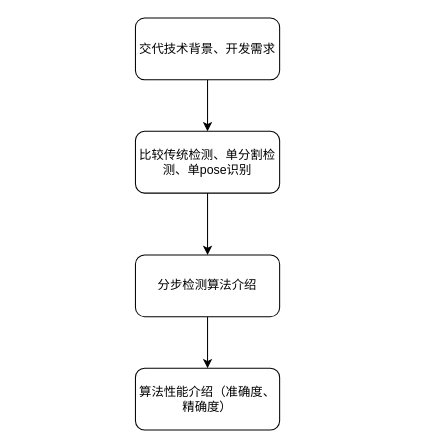
This is 角点检测算法介绍流程.drawio from BobSnow720/for_drawio, a draw.io file, before an edit. Source tidied: cells renumbered, new cells numbered last; positions are measured from the earlier drawing's top-left corner, leaving out a move shared by most shapes. Both pictures are drawn from the tidied source at 103%, with x=0, y=0 at pixel (135, 18).
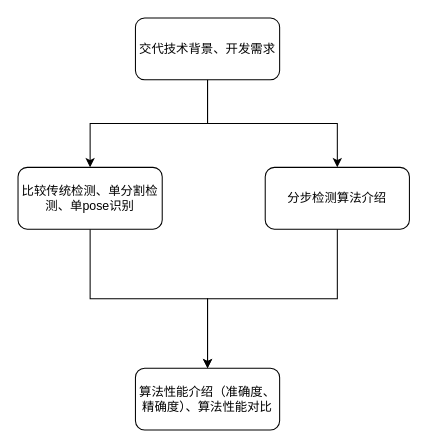
The same page after the edit.

Commit message:
更新角点检测算法介绍流程.drawio

Diff of the diagram source:
```diff
@@
 <mxGraphModel>
   <root>
     <mxCell id="0" />
     <mxCell id="1" parent="0" />
     <mxCell id="2" style="edgeStyle=orthogonalEdgeStyle;rounded=0;jettySize=auto;html=1;exitX=0.5;exitY=1;exitDx=0;exitDy=0;entryX=0.5;entryY=0;entryDx=0;entryDy=0;" parent="1" edge="1" source="3" target="5">
       <mxGeometry relative="1" as="geometry" />
     </mxCell>
+    <mxCell id="9" style="edgeStyle=orthogonalEdgeStyle;rounded=0;jettySize=auto;html=1;exitX=0.5;exitY=1;exitDx=0;exitDy=0;entryX=0.5;entryY=0;entryDx=0;entryDy=0;" parent="1" edge="1" source="3" target="7">
+      <mxGeometry relative="1" as="geometry" />
+    </mxCell>
     <mxCell id="3" value="交代技术背景、开发需求" style="rounded=1;whiteSpace=wrap;html=1;" parent="1" vertex="1">
       <mxGeometry width="140" height="60" as="geometry" />
     </mxCell>
-    <mxCell id="4" style="edgeStyle=orthogonalEdgeStyle;rounded=0;jettySize=auto;html=1;exitX=0.5;exitY=1;exitDx=0;exitDy=0;" parent="1" edge="1" source="5" target="7">
-      <mxGeometry relative="1" as="geometry" />
-    </mxCell>
+    <mxCell id="10" style="edgeStyle=orthogonalEdgeStyle;rounded=0;jettySize=auto;html=1;exitX=0.5;exitY=1;exitDx=0;exitDy=0;entryX=0.5;entryY=0;entryDx=0;entryDy=0;" parent="1" edge="1" source="5" target="8">
+      <mxGeometry relative="1" as="geometry" />
+    </mxCell>
     <mxCell id="5" value="比较传统检测、单分割检测、单pose识别" style="rounded=1;whiteSpace=wrap;html=1;" parent="1" vertex="1">
-      <mxGeometry y="110" width="140" height="60" as="geometry" />
+      <mxGeometry x="-114" y="145" width="140" height="60" as="geometry" />
     </mxCell>
     <mxCell id="6" style="edgeStyle=orthogonalEdgeStyle;rounded=0;jettySize=auto;html=1;exitX=0.5;exitY=1;exitDx=0;exitDy=0;entryX=0.5;entryY=0;entryDx=0;entryDy=0;" parent="1" edge="1" source="7" target="8">
       <mxGeometry relative="1" as="geometry" />
     </mxCell>
     <mxCell id="7" value="分步检测算法介绍" style="rounded=1;whiteSpace=wrap;html=1;" parent="1" vertex="1">
-      <mxGeometry y="230" width="140" height="60" as="geometry" />
+      <mxGeometry x="126" y="145" width="140" height="60" as="geometry" />
     </mxCell>
-    <mxCell id="8" value="算法性能介绍（准确度、精确度）" style="rounded=1;whiteSpace=wrap;html=1;" parent="1" vertex="1">
+    <mxCell id="8" value="算法性能介绍（准确度、精确度）、算法性能对比" style="rounded=1;whiteSpace=wrap;html=1;" parent="1" vertex="1">
       <mxGeometry y="340" width="140" height="60" as="geometry" />
     </mxCell>
   </root>
 </mxGraphModel>
```
